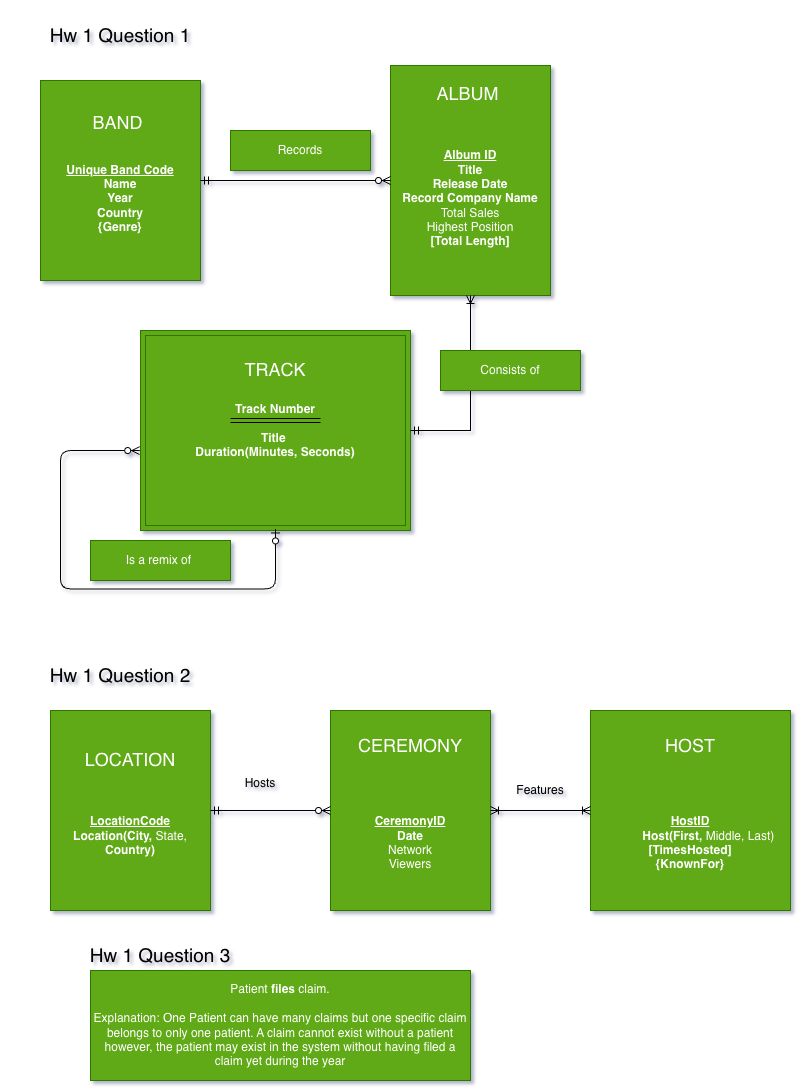
Above: HW 1.drawio.png in KennethManzi1/Data-Management-Graduate-School-Course (draw.io), before the change. Source tidied: cells renumbered, new cells last; positions are measured from the earlier drawing's top-left corner, leaving out a move shared by most shapes.
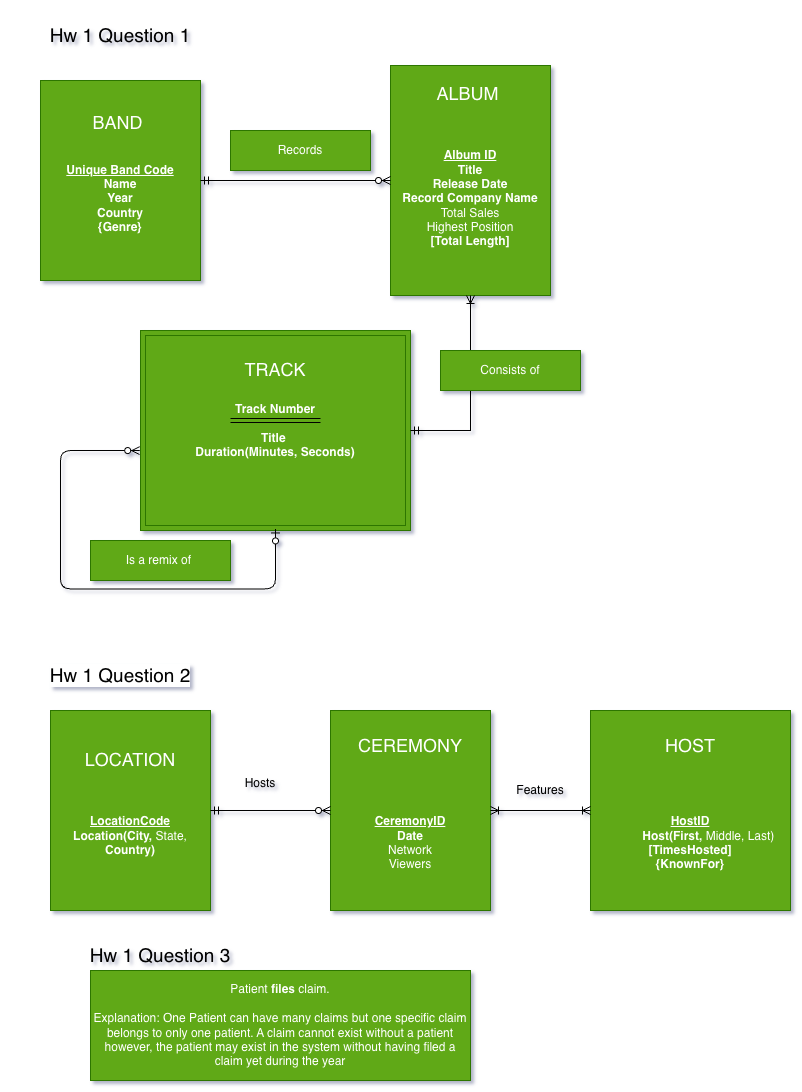
After the change.

What changed in the source:
```diff
@@ -46,7 +46,7 @@
     <mxCell id="12" value="Is a remix of&amp;nbsp;" style="text;html=1;whiteSpace=wrap;strokeColor=#2D7600;fillColor=#60a917;align=center;verticalAlign=middle;rounded=0;fontColor=#ffffff;" parent="1" vertex="1">
       <mxGeometry x="90" y="540" width="140" height="40" as="geometry" />
     </mxCell>
-    <mxCell id="13" value="Hw 1 Question 2" style="text;html=1;whiteSpace=wrap;strokeColor=none;fillColor=none;align=center;verticalAlign=middle;rounded=0;fontSize=19;" parent="1" vertex="1">
+    <mxCell id="13" value="Hw 1 Question 2" style="text;html=1;whiteSpace=wrap;strokeColor=none;fillColor=none;align=center;verticalAlign=middle;rounded=0;fontSize=19;labelBackgroundColor=light-dark(#FFFFFF,#FFFFFF);" parent="1" vertex="1">
       <mxGeometry y="640" width="240" height="70" as="geometry" />
     </mxCell>
     <mxCell id="14" value="&lt;span style=&quot;font-size: 18px;&quot;&gt;LOCATION&lt;/span&gt;&lt;br&gt;&lt;div&gt;&lt;br&gt;&lt;/div&gt;&lt;div&gt;&lt;br&gt;&lt;/div&gt;&lt;div&gt;&lt;br&gt;&lt;/div&gt;&lt;div&gt;&lt;div&gt;&lt;b&gt;&lt;u&gt;LocationCode&lt;/u&gt;&lt;/b&gt;&lt;/div&gt;&lt;div&gt;&lt;b&gt;Location(City, &lt;/b&gt;State, &lt;b&gt;Country)&lt;/b&gt;&lt;/div&gt;&lt;div&gt;&lt;br&gt;&lt;/div&gt;&lt;/div&gt;" style="whiteSpace=wrap;html=1;align=center;fillColor=#60a917;fontColor=#ffffff;strokeColor=#2D7600;" parent="1" vertex="1">
```
